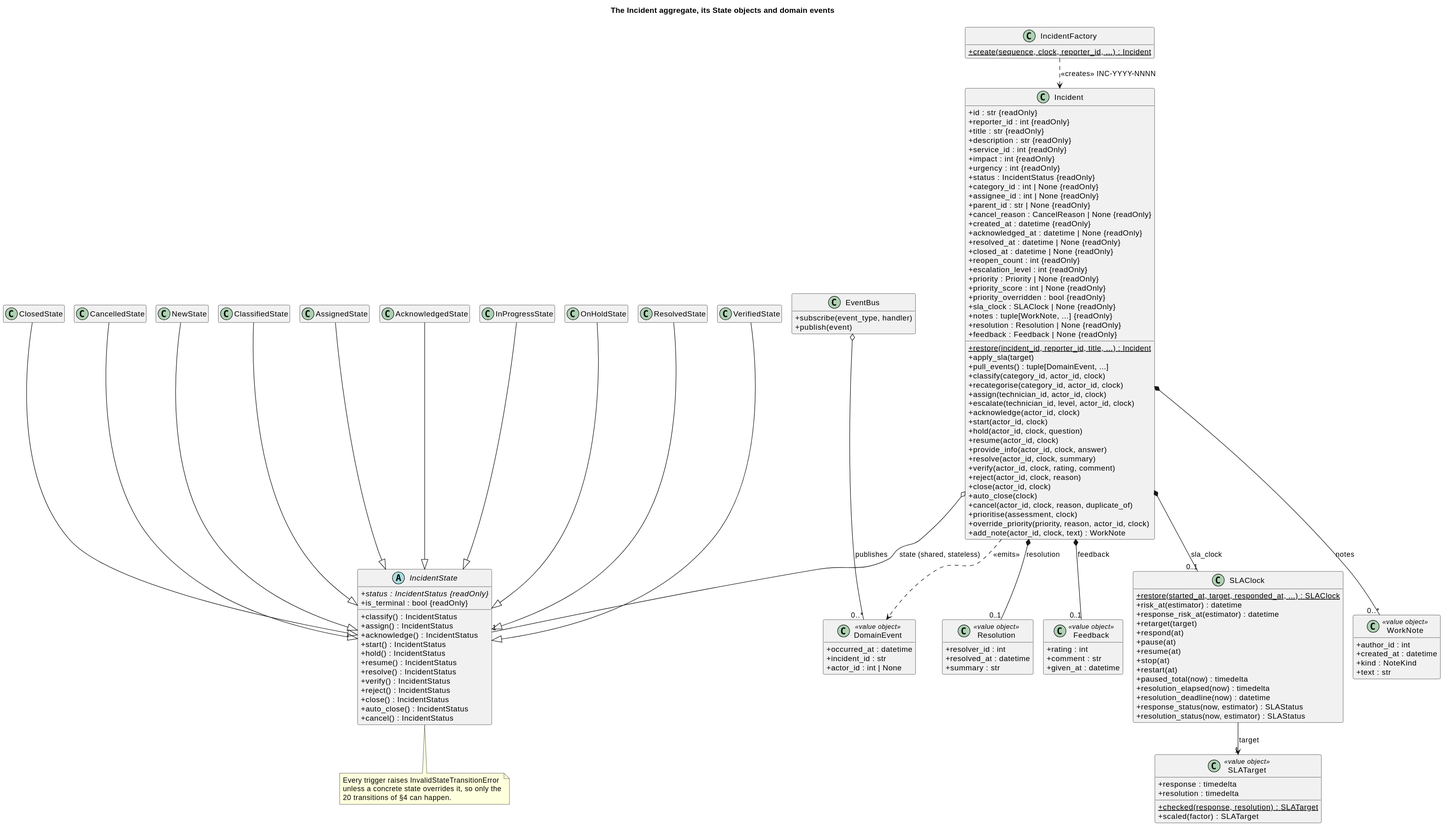
Above: docs/diagrams/generated/class-incident.svg in Siddhant944/i-itsm (PlantUML), before the change.
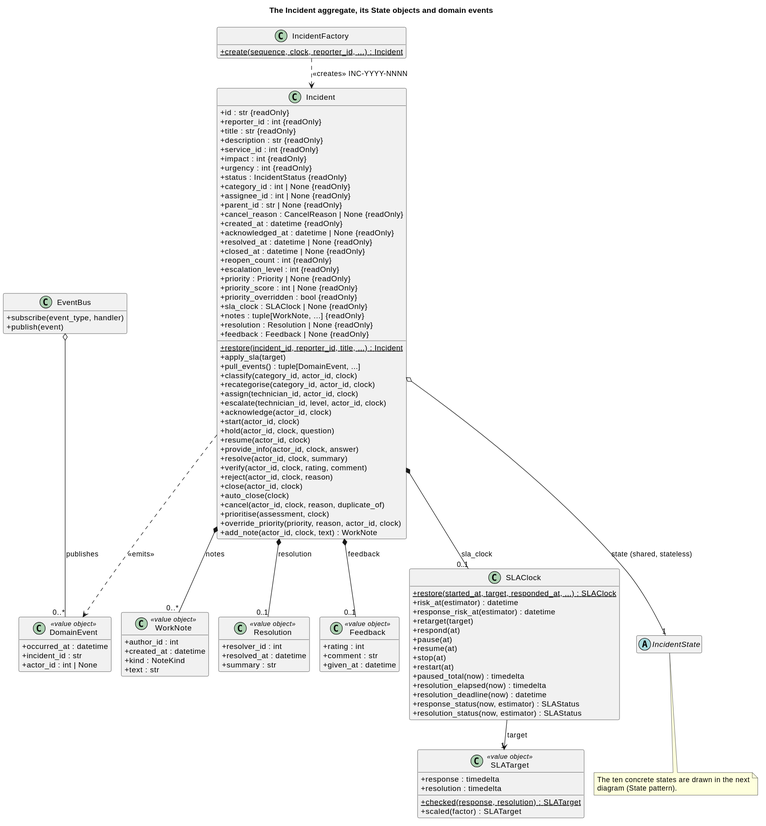
The same diagram one commit later.

What changed in the source:
```diff
@@ -101,40 +101,6 @@
   +scaled(factor) : SLATarget
 }
 abstract class IncidentState {
-  {abstract} +status : IncidentStatus {readOnly}
-  +is_terminal : bool {readOnly}
-  +classify() : IncidentStatus
-  +assign() : IncidentStatus
-  +acknowledge() : IncidentStatus
-  +start() : IncidentStatus
-  +hold() : IncidentStatus
-  +resume() : IncidentStatus
-  +resolve() : IncidentStatus
-  +verify() : IncidentStatus
-  +reject() : IncidentStatus
-  +close() : IncidentStatus
-  +auto_close() : IncidentStatus
-  +cancel() : IncidentStatus
-}
-class NewState {
-}
-class ClassifiedState {
-}
-class AssignedState {
-}
-class AcknowledgedState {
-}
-class InProgressState {
-}
-class OnHoldState {
-}
-class ResolvedState {
-}
-class VerifiedState {
-}
-class ClosedState {
-}
-class CancelledState {
 }
 class DomainEvent <<value object>> {
   +occurred_at : datetime
@@ -145,16 +111,6 @@
   +subscribe(event_type, handler)
   +publish(event)
 }
-NewState --|> IncidentState
-ClassifiedState --|> IncidentState
-AssignedState --|> IncidentState
-AcknowledgedState --|> IncidentState
-InProgressState --|> IncidentState
-OnHoldState --|> IncidentState
-ResolvedState --|> IncidentState
-VerifiedState --|> IncidentState
-ClosedState --|> IncidentState
-CancelledState --|> IncidentState
 Incident *-- "0..1" SLAClock : sla_clock
 Incident *-- "0..*" WorkNote : notes
 Incident *-- "0..1" Resolution : resolution
@@ -165,8 +121,7 @@
 EventBus o-- "0..*" DomainEvent : publishes
 IncidentFactory ..> Incident : <<creates>> INC-YYYY-NNNN
 note bottom of IncidentState
-  Every trigger raises InvalidStateTransitionError
-  unless a concrete state overrides it, so only the
-  20 transitions of §4 can happen.
+  The ten concrete states are drawn in the next
+  diagram (State pattern).
 end note
 @enduml
```
